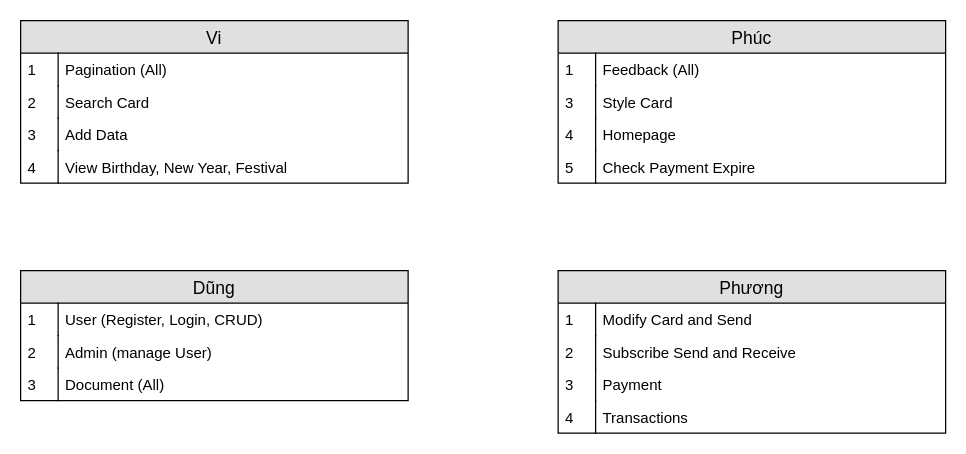
duyphuong403/E-Greeting keeps this draw.io diagram as page "Task Sheet" (9 of 9) of e-Greeting.drawio. Above is the earlier version. Source tidied: cells renumbered, new cells numbered last; positions are measured from the earlier drawing's top-left corner, leaving out a move shared by most shapes. Both pictures are drawn from the tidied source at 125%, with x=0, y=0 at pixel (20, 20).
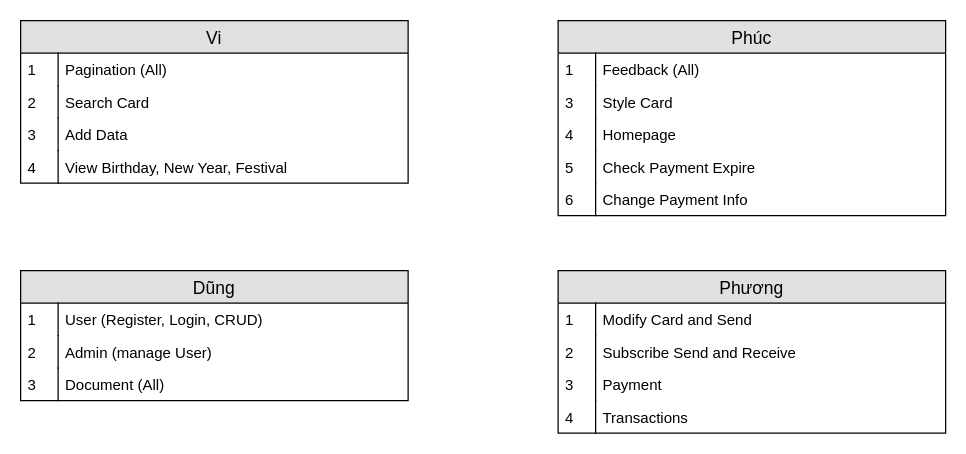
The same diagram, later.

The edit, as a diff of the source:
```diff
@@
     <mxCell id="11" value="Phúc" style="swimlane;fontStyle=0;horizontal=1;startSize=26;fillColor=#e0e0e0;swimlaneFillColor=#ffffff;align=center;fontSize=14;" parent="1" vertex="1">
-      <mxGeometry x="430" width="310" height="130" as="geometry" />
+      <mxGeometry x="430" width="310" height="156" as="geometry" />
     </mxCell>
@@
+    <mxCell id="36" value="Change Payment Info" style="shape=partialRectangle;top=0;left=0;right=0;bottom=0;align=left;verticalAlign=top;fillColor=none;spacingLeft=34;spacingRight=4;overflow=hidden;fontSize=12;" parent="11" vertex="1">
+      <mxGeometry y="130" width="310" height="26" as="geometry" />
+    </mxCell>
+    <mxCell id="37" value="6" style="shape=partialRectangle;top=0;left=0;bottom=0;fillColor=none;align=left;verticalAlign=top;spacingLeft=4;spacingRight=4;overflow=hidden;fontSize=12;" parent="36" vertex="1">
+      <mxGeometry width="30" height="26" as="geometry" />
+    </mxCell>
```
